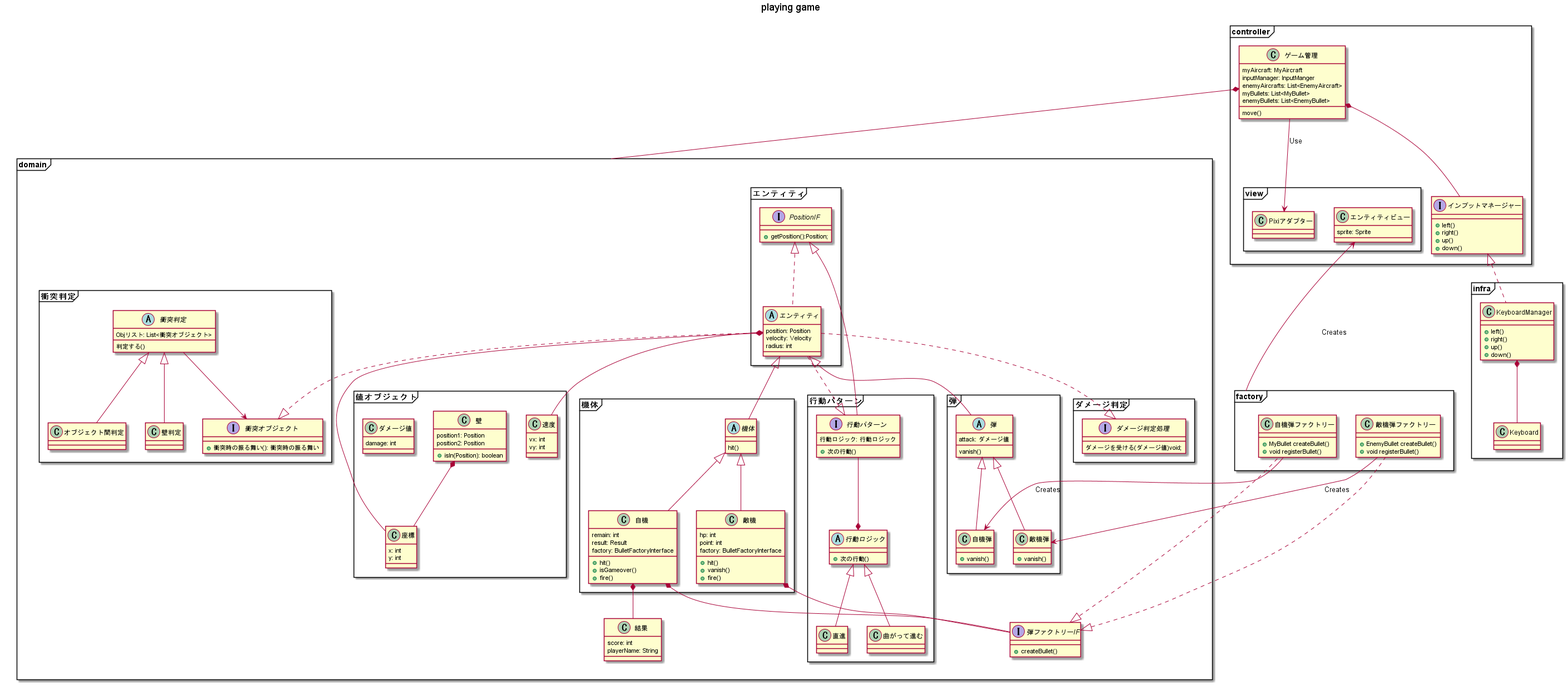
tokyo-forest/shooting-ddd keeps this PlantUML diagram as out/domain_modeling/クラス図-ふるまい/playing game.png. Above is the earlier version.
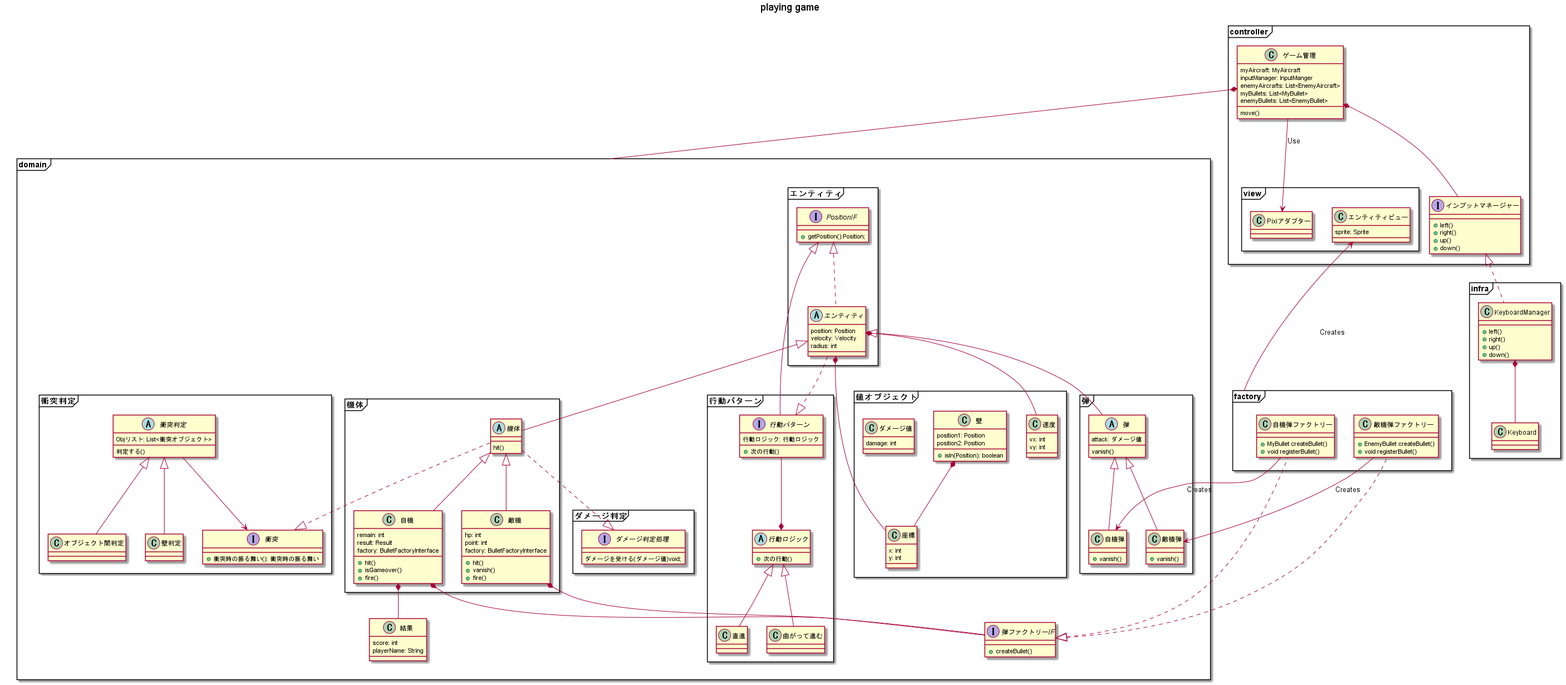
After the commit.

Commit message:
エンティティにはないふるまいは再定義

Diff of the diagram source:
```diff
@@ -119,7 +119,7 @@
     }
 
     package 衝突判定 <<Frame>> {
-        interface 衝突オブジェクト {
+        interface "衝突" as ICollision{
             +衝突時の振る舞い(): 衝突時の振る舞い
         }
 
@@ -134,8 +134,8 @@
         class 壁判定 extends 衝突判定{
         }
 
-        衝突判定 --> 衝突オブジェクト
-        Entity ..|> 衝突オブジェクト
+        衝突判定 --> ICollision
+        Aircraft ..|> ICollision
 
     }
 
@@ -144,7 +144,7 @@
             ダメージを受ける(ダメージ値)void;
         }
 
-        Entity ..|> ダメージ判定処理
+        Aircraft ..|> ダメージ判定処理
     }
 
 }
```
